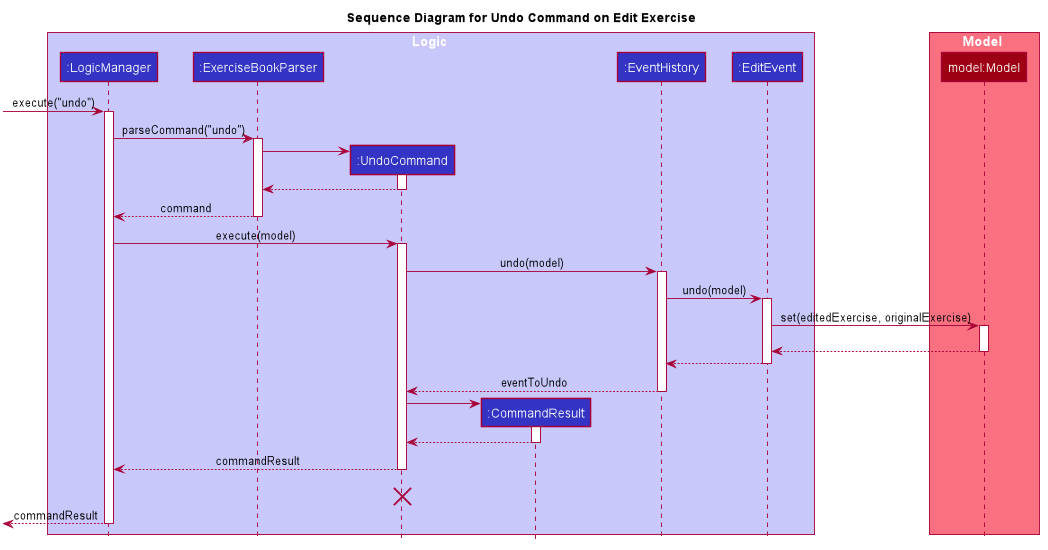
The PlantUML diagram docs/images/UndoSequenceDiagram.png in nus-cs2103-AY1920S1/addressbook-level3, before a commit.
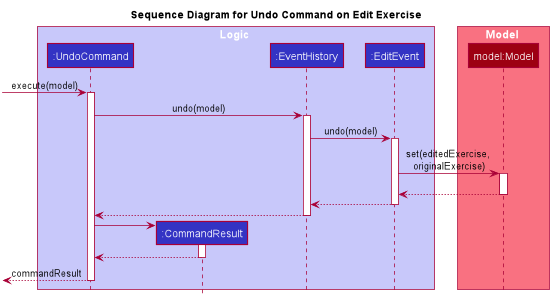
The same file after the commit.

The edit, as a diff of the source:
```diff
@@ -50,8 +50,6 @@
 title Sequence Diagram for Undo Command on Edit Exercise
 
 box Logic #C8C8FA
-participant ":LogicManager" as LogicManager #3333C4
-participant ":ExerciseBookParser" as ExerciseBookParser #3333C4
 participant ":UndoCommand" as UndoCommand #3333C4
 participant ":CommandResult" as CommandResult #3333C4
 participant ":EventHistory" as EventHistory #3333C4
@@ -61,23 +59,7 @@
 box Model #F97181
 participant "model:Model" as Model #9D0012
 end box
-[-> LogicManager : execute("undo")
-activate LogicManager
-
-    LogicManager -> ExerciseBookParser : parseCommand("undo")
-    activate ExerciseBookParser
-
-        create UndoCommand
-        ExerciseBookParser -> UndoCommand
-        activate UndoCommand
-
-        UndoCommand --> ExerciseBookParser
-        deactivate UndoCommand
-
-    ExerciseBookParser --> LogicManager : command
-    deactivate ExerciseBookParser
-
-    LogicManager -> UndoCommand : execute(model)
+    [-> UndoCommand : execute(model)
     activate UndoCommand
 
         UndoCommand -> EventHistory : undo(model)
@@ -86,7 +68,7 @@
             EventHistory -> EditEvent : undo(model)
             activate EditEvent
 
-                EditEvent -> Model : set(editedExercise, originalExercise)
+                EditEvent -> Model : set(editedExercise, \noriginalExercise)
                 activate Model
 
                 EditEvent -[hidden]-> Model
@@ -98,7 +80,7 @@
             EditEvent --> EventHistory
             deactivate EditEvent
 
-        EventHistory --> UndoCommand : eventToUndo
+        EventHistory --> UndoCommand
         deactivate EventHistory
 
         create CommandResult
@@ -109,12 +91,7 @@
         deactivate CommandResult
 
 
-    UndoCommand --> LogicManager : commandResult
+    [<-- UndoCommand : commandResult
     deactivate UndoCommand
 
-    UndoCommand -[hidden]-> LogicManager : commandResult
-    destroy UndoCommand
-
-[<--LogicManager : commandResult
-deactivate LogicManager
 @enduml
```
